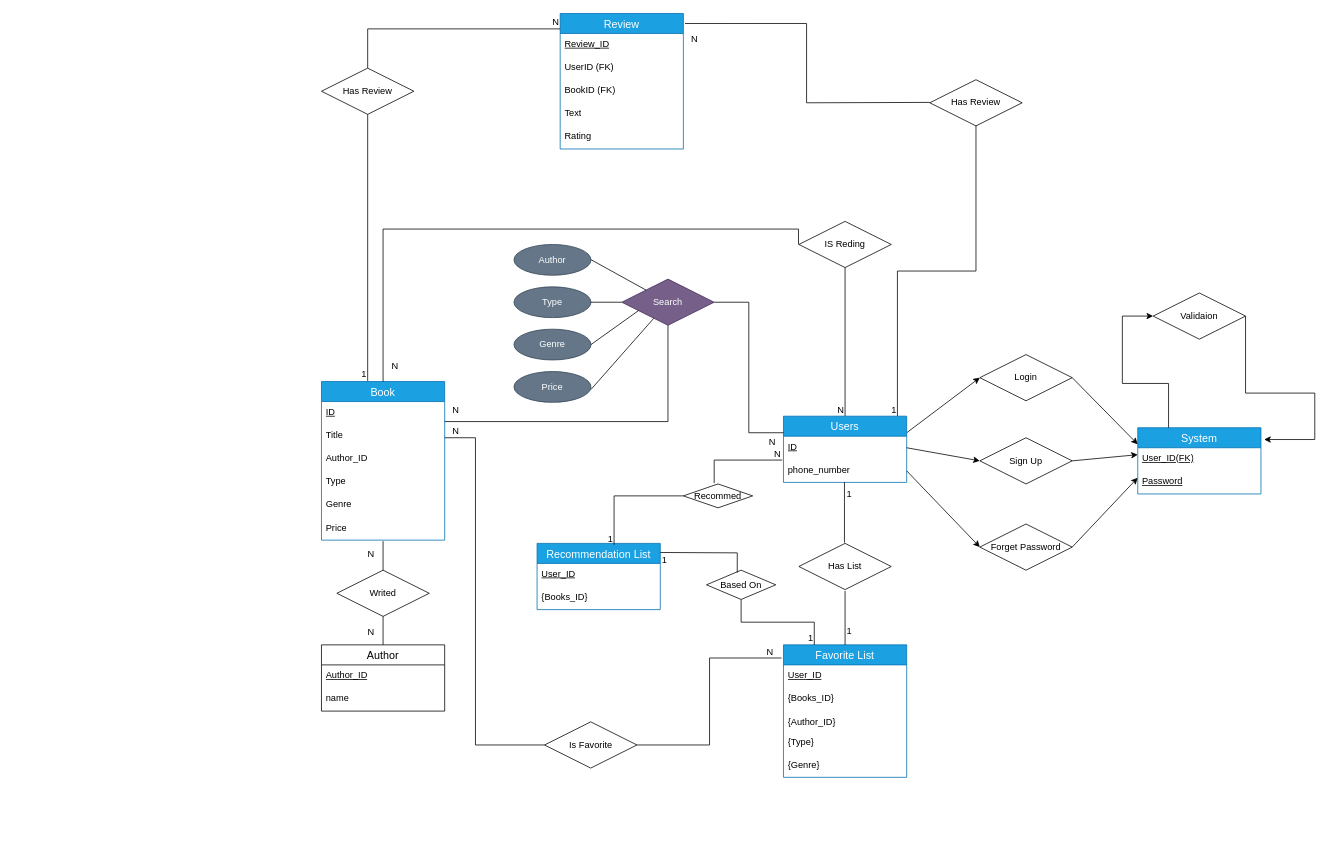
Above: page "Q6" (2 of 2) of Untitled Diagram.drawio in mhtcode/Draw.io (draw.io), before the change. Source tidied: cells renumbered, new cells numbered last; positions are measured from the earlier drawing's top-left corner, leaving out a move shared by most shapes. Both pictures are drawn from the tidied source at 77%, with x=0, y=0 at pixel (321, 13).
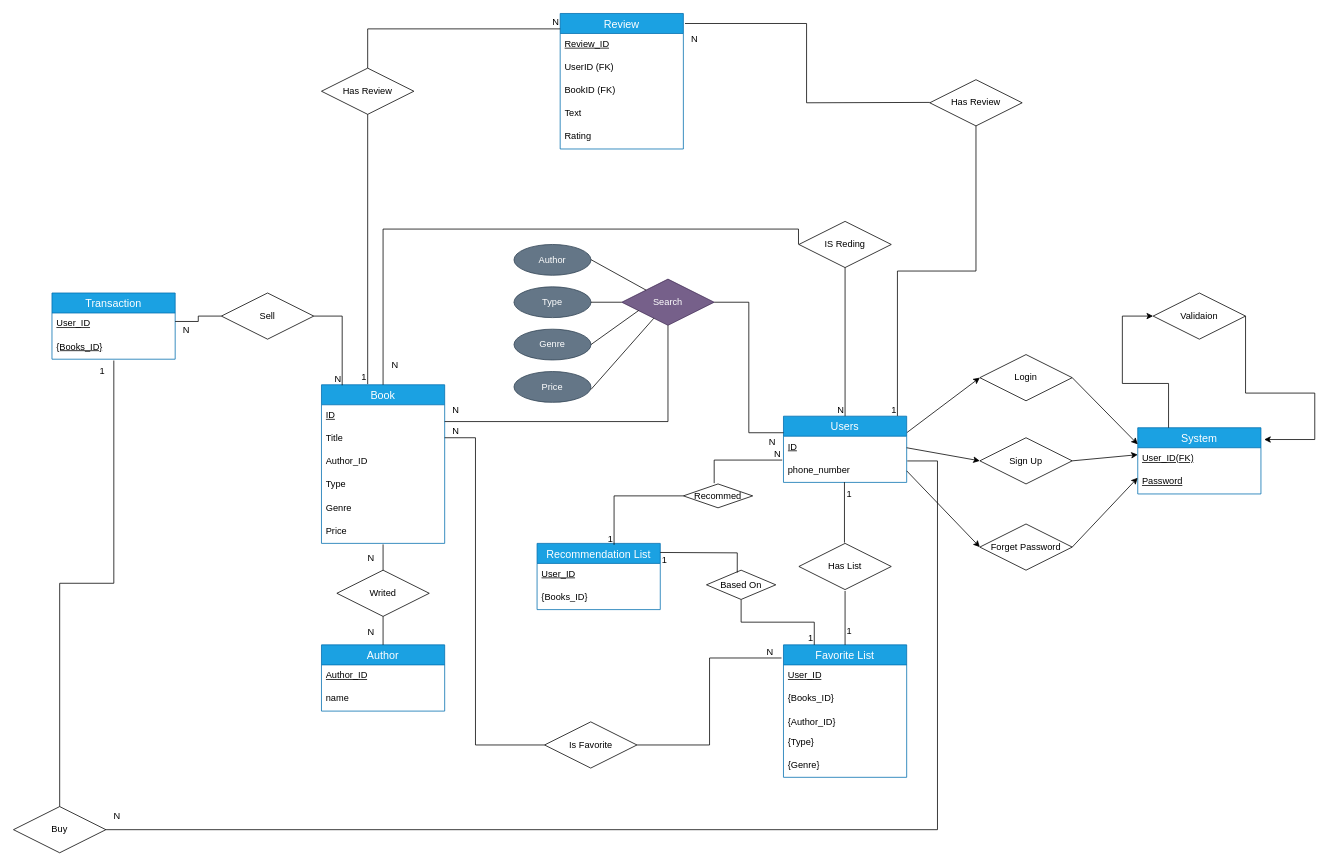
After the change.

Unchanged cells that the change refers to:
```xml
<mxCell id="12" value="phone_number" style="text;strokeColor=none;fillColor=none;spacingLeft=4;spacingRight=4;overflow=hidden;points=[[0,0.5],[1,0.5]];portConstraint=eastwest;fontSize=12;whiteSpace=wrap;html=1;rounded=0;" parent="10" vertex="1">
  <mxGeometry y="56" width="160" height="30" as="geometry" />
</mxCell>
```

Diff of the diagram source:
```diff
@@
     <mxCell id="3" value="Book" style="swimlane;fontStyle=0;horizontal=1;startSize=26;align=center;fontSize=14;fillColor=#1ba1e2;fontColor=#ffffff;strokeColor=#006EAF;rounded=0;" parent="1" vertex="1">
-      <mxGeometry y="478" width="160" height="206" as="geometry" />
+      <mxGeometry y="482.2" width="160" height="206" as="geometry" />
     </mxCell>
@@
-    <mxCell id="38" value="Author" style="swimlane;fontStyle=0;horizontal=1;startSize=26;align=center;fontSize=14;rounded=0;" parent="1" vertex="1">
+    <mxCell id="38" value="Author" style="swimlane;fontStyle=0;horizontal=1;startSize=26;align=center;fontSize=14;rounded=0;fillColor=#1ba1e2;fontColor=#ffffff;strokeColor=#006EAF;" parent="1" vertex="1">
       <mxGeometry y="820" width="160" height="86" as="geometry" />
     </mxCell>
@@
+    <mxCell id="99" value="Transaction" style="swimlane;fontStyle=0;horizontal=1;startSize=26;align=center;fontSize=14;fillColor=#1ba1e2;fontColor=#ffffff;strokeColor=#006EAF;" parent="1" vertex="1">
+      <mxGeometry x="-350" y="363" width="160" height="86" as="geometry" />
+    </mxCell>
+    <mxCell id="100" value="User_ID" style="text;strokeColor=none;fillColor=none;spacingLeft=4;spacingRight=4;overflow=hidden;fontSize=12;whiteSpace=wrap;html=1;fontStyle=4;" parent="99" vertex="1">
+      <mxGeometry y="26" width="160" height="30" as="geometry" />
+    </mxCell>
+    <mxCell id="101" value="{Books_ID}" style="text;strokeColor=none;fillColor=none;spacingLeft=4;spacingRight=4;overflow=hidden;points=[[0,0.5],[1,0.5]];portConstraint=eastwest;fontSize=12;whiteSpace=wrap;html=1;fontStyle=4;" parent="99" vertex="1">
+      <mxGeometry y="56" width="160" height="30" as="geometry" />
+    </mxCell>
+    <mxCell id="102" value="Sell" style="shape=rhombus;perimeter=rhombusPerimeter;whiteSpace=wrap;html=1;align=center;" parent="1" vertex="1">
+      <mxGeometry x="-130" y="363" width="120" height="60" as="geometry" />
+    </mxCell>
+    <mxCell id="103" style="endArrow=none;html=1;rounded=0;entryX=0;entryY=0.5;entryDx=0;entryDy=0;edgeStyle=elbowEdgeStyle;" parent="1" edge="1" target="102">
+      <mxGeometry relative="1" as="geometry">
+        <mxPoint x="-190" y="400" as="sourcePoint" />
+      </mxGeometry>
+    </mxCell>
+    <mxCell id="104" value="N" style="html=1;whiteSpace=wrap;align=right;verticalAlign=bottom;" parent="103" vertex="1">
+      <mxGeometry x="1" relative="1" as="geometry">
+        <mxPoint x="-40" y="26" as="offset" />
+      </mxGeometry>
+    </mxCell>
+    <mxCell id="105" style="endArrow=none;html=1;rounded=0;edgeStyle=orthogonalEdgeStyle;entryX=0.168;entryY=0.003;entryDx=0;entryDy=0;entryPerimeter=0;" parent="1" edge="1" source="102" target="3">
+      <mxGeometry relative="1" as="geometry" />
+    </mxCell>
+    <mxCell id="106" value="N" style="html=1;whiteSpace=wrap;align=right;verticalAlign=bottom;" parent="105" vertex="1">
+      <mxGeometry x="1" relative="1" as="geometry" />
+    </mxCell>
+    <mxCell id="107" value="Buy" style="shape=rhombus;perimeter=rhombusPerimeter;whiteSpace=wrap;html=1;align=center;" parent="1" vertex="1">
+      <mxGeometry x="-400" y="1030" width="120" height="60" as="geometry" />
+    </mxCell>
+    <mxCell id="108" style="endArrow=none;html=1;rounded=0;exitX=0.502;exitY=1.057;exitDx=0;exitDy=0;exitPerimeter=0;entryX=0.5;entryY=0;entryDx=0;entryDy=0;edgeStyle=elbowEdgeStyle;elbow=vertical;" parent="1" edge="1" source="101" target="107">
+      <mxGeometry relative="1" as="geometry" />
+    </mxCell>
+    <mxCell id="109" value="1" style="html=1;whiteSpace=wrap;align=right;verticalAlign=bottom;" parent="108" vertex="1">
+      <mxGeometry x="1" relative="1" as="geometry">
+        <mxPoint x="60" y="-557" as="offset" />
+      </mxGeometry>
+    </mxCell>
+    <mxCell id="110" style="endArrow=none;html=1;rounded=0;edgeStyle=elbowEdgeStyle;exitX=1.005;exitY=0.071;exitDx=0;exitDy=0;exitPerimeter=0;" parent="1" edge="1" source="12">
+      <mxGeometry relative="1" as="geometry">
+        <mxPoint x="-280" y="1060" as="targetPoint" />
+        <Array as="points">
+          <mxPoint x="800" y="830" />
+        </Array>
+      </mxGeometry>
+    </mxCell>
+    <mxCell id="111" value="N" style="html=1;whiteSpace=wrap;align=right;verticalAlign=bottom;" parent="110" vertex="1">
+      <mxGeometry x="1" relative="1" as="geometry">
+        <mxPoint x="20" y="-10" as="offset" />
+      </mxGeometry>
+    </mxCell>
```
